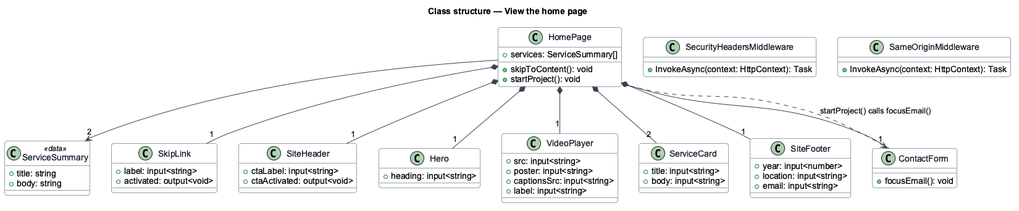
The PlantUML diagram docs/detailed-designs/site/view-home-page/diagrams/class-structure.png in QuinntyneBrown/goodwork, before a commit.
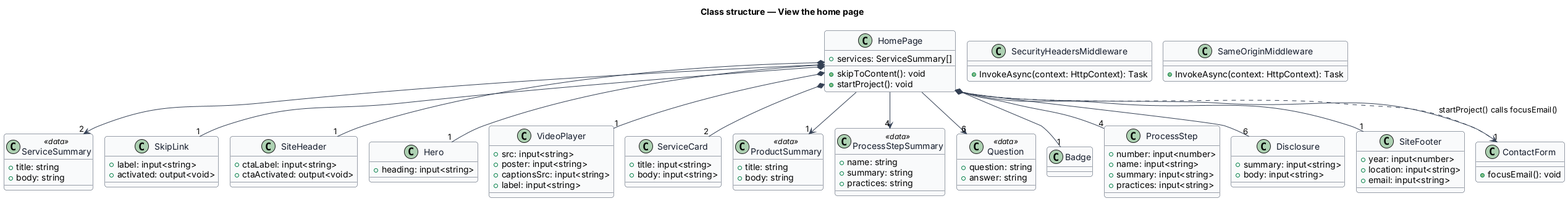
After the commit.

What changed in the source:
```diff
@@ -1,4 +1,5 @@
 @startuml
+!pragma layout smetana
 skinparam backgroundColor #FFFFFF
 skinparam shadowing false
 skinparam roundcorner 8
@@ -41,6 +42,31 @@
   +title: input<string>
   +body: input<string>
 }
+class ProductSummary <<data>> {
+  +title: string
+  +body: string
+}
+class ProcessStepSummary <<data>> {
+  +name: string
+  +summary: string
+  +practices: string
+}
+class Question <<data>> {
+  +question: string
+  +answer: string
+}
+class Badge {
+}
+class ProcessStep {
+  +number: input<number>
+  +name: input<string>
+  +summary: input<string>
+  +practices: input<string>
+}
+class Disclosure {
+  +summary: input<string>
+  +body: input<string>
+}
 class SiteFooter {
   +year: input<number>
   +location: input<string>
@@ -61,7 +87,13 @@
 HomePage *-- "1" VideoPlayer
 HomePage *-- "2" ServiceCard
 HomePage *-- "1" ContactForm
+HomePage *-- "1" Badge
+HomePage *-- "4" ProcessStep
+HomePage *-- "6" Disclosure
 HomePage *-- "1" SiteFooter
 HomePage --> "2" ServiceSummary
+HomePage --> "1" ProductSummary
+HomePage --> "4" ProcessStepSummary
+HomePage --> "6" Question
 HomePage ..> ContactForm : startProject() calls focusEmail()
 @enduml
```
